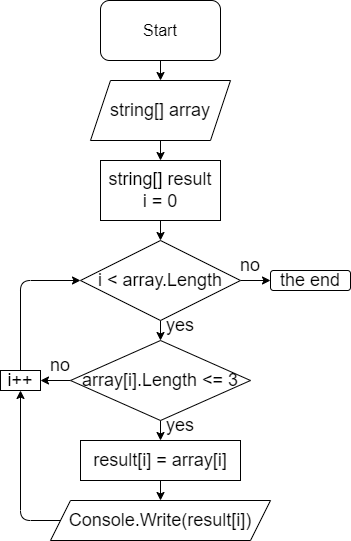
Above: dia.drawio.png in ArtemVladimirovichSl/Final_test_work (draw.io), before the change. Source tidied: cells renumbered, new cells last; positions are measured from the earlier drawing's top-left corner, leaving out a move shared by most shapes.
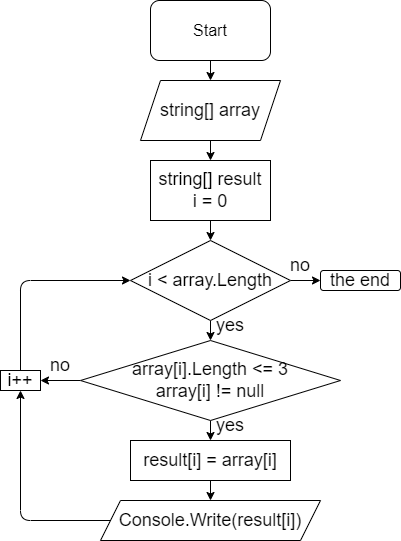
Later version of the same file.

Change to the diagram source:
```diff
@@ -41,22 +41,22 @@
     <mxCell id="14" style="edgeStyle=none;html=1;fontSize=18;" parent="1" edge="1" source="15" target="21">
       <mxGeometry relative="1" as="geometry" />
     </mxCell>
-    <mxCell id="15" value="array[i].Length &amp;lt;= 3" style="rhombus;whiteSpace=wrap;html=1;fontSize=18;" parent="1" vertex="1">
-      <mxGeometry x="70" y="340" width="180" height="80" as="geometry" />
+    <mxCell id="15" value="array[i].Length &amp;lt;= 3&lt;br&gt;array[i] != null" style="rhombus;whiteSpace=wrap;html=1;fontSize=18;" parent="1" vertex="1">
+      <mxGeometry x="30" y="340" width="260" height="80" as="geometry" />
     </mxCell>
     <mxCell id="16" value="yes" style="text;html=1;strokeColor=none;fillColor=none;align=center;verticalAlign=middle;whiteSpace=wrap;rounded=0;fontSize=18;" parent="1" vertex="1">
       <mxGeometry x="150" y="310" width="60" height="30" as="geometry" />
     </mxCell>
     <mxCell id="17" value="i++" style="rounded=0;whiteSpace=wrap;html=1;fontSize=18;" parent="1" vertex="1">
-      <mxGeometry y="370" width="40" height="20" as="geometry" />
+      <mxGeometry x="-50" y="370" width="40" height="20" as="geometry" />
     </mxCell>
     <mxCell id="18" value="no" style="text;html=1;strokeColor=none;fillColor=none;align=center;verticalAlign=middle;whiteSpace=wrap;rounded=0;fontSize=18;" parent="1" vertex="1">
-      <mxGeometry x="30" y="350" width="60" height="30" as="geometry" />
+      <mxGeometry x="-20" y="350" width="60" height="30" as="geometry" />
     </mxCell>
     <mxCell id="19" style="endArrow=classic;html=1;fontSize=18;exitX=0.5;exitY=0;exitDx=0;exitDy=0;entryX=0;entryY=0.5;entryDx=0;entryDy=0;" parent="1" edge="1" source="17" target="10">
       <mxGeometry relative="1" as="geometry">
         <Array as="points">
-          <mxPoint x="20" y="280" />
+          <mxPoint x="-30" y="280" />
         </Array>
       </mxGeometry>
     </mxCell>
@@ -75,7 +75,7 @@
     <mxCell id="24" style="endArrow=classic;html=1;fontSize=18;exitX=0;exitY=0.5;exitDx=0;exitDy=0;entryX=0.5;entryY=1;entryDx=0;entryDy=0;" parent="1" edge="1" source="23" target="17">
       <mxGeometry relative="1" as="geometry">
         <Array as="points">
-          <mxPoint x="20" y="520" />
+          <mxPoint x="-30" y="520" />
         </Array>
       </mxGeometry>
     </mxCell>
```
